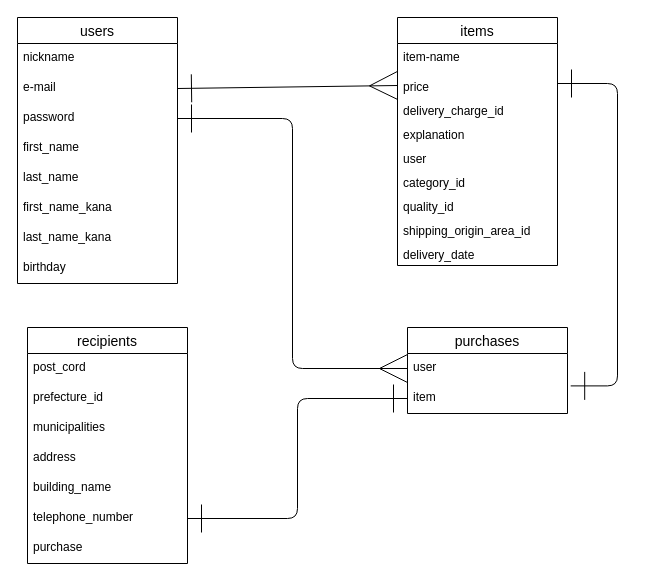
Before: furima-39513.dio in yoppy44/furima-39513, a draw.io diagram. Source tidied: cells renumbered, new cells numbered last; positions are measured from the earlier drawing's top-left corner, leaving out a move shared by most shapes. Both pictures are drawn from the tidied source at 100%, with x=0, y=0 at pixel (17, 17).
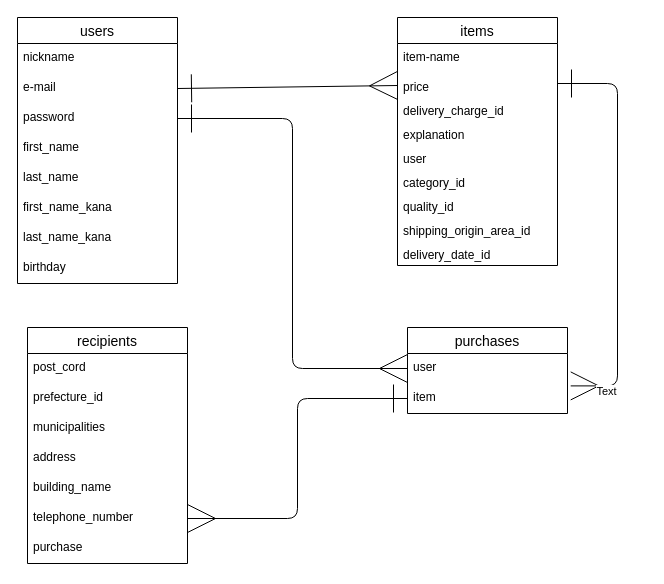
After the change.

Commit message (it also covers changes not shown here):
README記述の修正’’’

The change refers to these unchanged cells:
```xml
<mxCell id="11" value="items" style="swimlane;fontStyle=0;horizontal=1;startSize=26;align=center;fontSize=14;" parent="1" vertex="1">
  <mxGeometry x="380" width="160" height="248" as="geometry" />
</mxCell>
<mxCell id="23" value="item" style="text;strokeColor=none;fillColor=none;spacingLeft=4;spacingRight=4;overflow=hidden;points=[[0,0.5],[1,0.5]];portConstraint=eastwest;fontSize=12;fontFamily=Helvetica;fontColor=default;startSize=26;" parent="21" vertex="1">
  <mxGeometry y="56" width="160" height="30" as="geometry" />
</mxCell>
<mxCell id="30" value="telephone_number" style="text;strokeColor=none;fillColor=none;spacingLeft=4;spacingRight=4;overflow=hidden;points=[[0,0.5],[1,0.5]];portConstraint=eastwest;fontSize=12;fontFamily=Helvetica;fontColor=default;startSize=26;" parent="24" vertex="1">
  <mxGeometry y="176" width="160" height="30" as="geometry" />
</mxCell>
```

The edit, as a diff of the source:
```diff
@@
-    <mxCell id="20" value="delivery_date" style="text;strokeColor=none;fillColor=none;spacingLeft=4;spacingRight=4;overflow=hidden;fontSize=12;" parent="11" vertex="1">
+    <mxCell id="20" value="delivery_date_id" style="text;strokeColor=none;fillColor=none;spacingLeft=4;spacingRight=4;overflow=hidden;fontSize=12;" parent="11" vertex="1">
       <mxGeometry y="224" width="160" height="24" as="geometry" />
     </mxCell>
@@
-    <mxCell id="34" style="edgeStyle=orthogonalEdgeStyle;html=1;entryX=1.02;entryY=0.08;entryDx=0;entryDy=0;entryPerimeter=0;fontFamily=Helvetica;fontSize=14;fontColor=default;startArrow=ERone;startFill=0;endArrow=ERone;endFill=0;startSize=26;endSize=26;" parent="1" edge="1" target="23">
+    <mxCell id="34" style="edgeStyle=orthogonalEdgeStyle;html=1;entryX=1.02;entryY=0.08;entryDx=0;entryDy=0;entryPerimeter=0;fontFamily=Helvetica;fontSize=14;fontColor=default;startArrow=ERone;startFill=0;endArrow=ERmany;endFill=0;startSize=26;endSize=26;" parent="1" edge="1" target="23">
       <mxGeometry relative="1" as="geometry">
         <mxPoint x="540" y="66" as="sourcePoint" />
         <Array as="points">
           <mxPoint x="600" y="66" />
           <mxPoint x="600" y="368" />
         </Array>
       </mxGeometry>
     </mxCell>
+    <mxCell id="36" value="Text" style="edgeLabel;html=1;align=center;verticalAlign=middle;" parent="34" vertex="1">
+      <mxGeometry x="0.83" y="5" relative="1" as="geometry" />
+    </mxCell>
-    <mxCell id="35" style="edgeStyle=orthogonalEdgeStyle;html=1;exitX=1;exitY=0.5;exitDx=0;exitDy=0;endArrow=ERone;endFill=0;startArrow=ERone;startFill=0;endSize=26;startSize=26;" parent="1" edge="1" source="30" target="23">
+    <mxCell id="35" style="edgeStyle=orthogonalEdgeStyle;html=1;exitX=1;exitY=0.5;exitDx=0;exitDy=0;endArrow=ERone;endFill=0;startArrow=ERmany;startFill=0;endSize=26;startSize=26;" parent="1" edge="1" source="30" target="23">
       <mxGeometry relative="1" as="geometry" />
     </mxCell>
```
